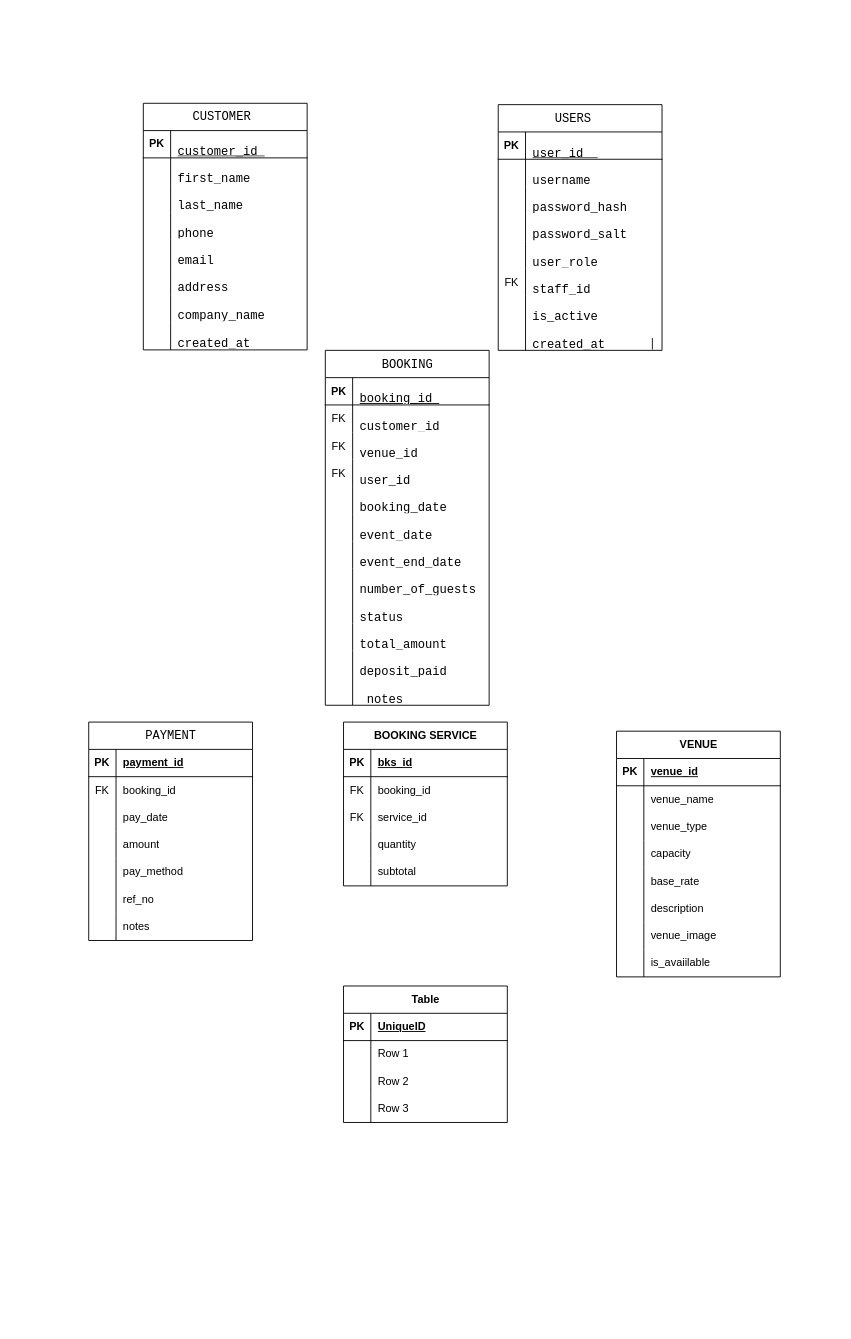
Before: project.drawio in balixsulait-alt/Draw.io, a draw.io diagram. Source tidied: cells renumbered, new cells numbered last; positions are measured from the earlier drawing's top-left corner, leaving out a move shared by most shapes. Both pictures are drawn from the tidied source at 91%, with x=0, y=0 at pixel (88, 103).
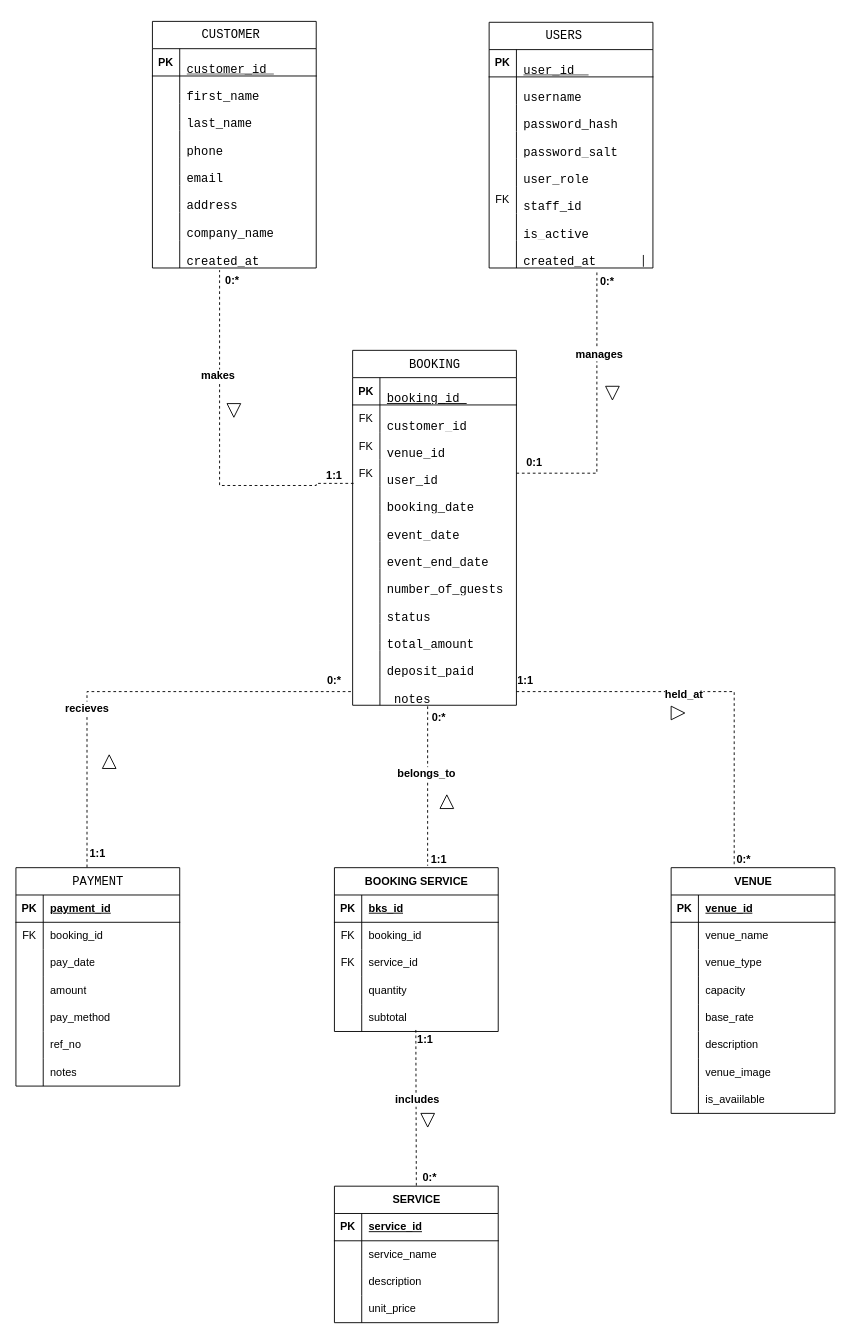
Above is the later version.

The change refers to these unchanged cells:
```xml
<mxCell id="24" style="shape=tableRow;horizontal=0;startSize=0;swimlaneHead=0;swimlaneBody=0;fillColor=none;points=[[0,0.5],[1,0.5]];portConstraint=eastwest;top=0;left=0;right=0;bottom=0;" parent="2" vertex="1">
  <mxGeometry y="241" width="180" height="30" as="geometry" />
</mxCell>
<mxCell id="49" style="shape=tableRow;horizontal=0;startSize=0;swimlaneHead=0;swimlaneBody=0;fillColor=none;points=[[0,0.5],[1,0.5]];portConstraint=eastwest;top=0;left=0;right=0;bottom=0;" parent="27" vertex="1">
  <mxGeometry y="240" width="180" height="30" as="geometry" />
</mxCell>
<mxCell id="62" style="shape=tableRow;horizontal=0;startSize=0;swimlaneHead=0;swimlaneBody=0;fillColor=none;points=[[0,0.5],[1,0.5]];portConstraint=eastwest;top=0;left=0;right=0;bottom=0;" parent="52" vertex="1">
  <mxGeometry y="120" width="180" height="30" as="geometry" />
</mxCell>
<mxCell id="86" style="shape=tableRow;horizontal=0;startSize=0;swimlaneHead=0;swimlaneBody=0;fillColor=none;points=[[0,0.5],[1,0.5]];portConstraint=eastwest;top=0;left=0;right=0;bottom=0;" parent="52" vertex="1">
  <mxGeometry y="360" width="180" height="30" as="geometry" />
</mxCell>
<mxCell id="124" style="shape=tableRow;horizontal=0;startSize=0;swimlaneHead=0;swimlaneBody=0;fillColor=none;points=[[0,0.5],[1,0.5]];portConstraint=eastwest;top=0;left=0;right=0;bottom=0;" parent="111" vertex="1">
  <mxGeometry y="150" width="180" height="30" as="geometry" />
</mxCell>
<mxCell id="153" style="shape=tableRow;horizontal=0;startSize=0;swimlaneHead=0;swimlaneBody=0;fillColor=none;top=0;left=0;right=0;bottom=1;" parent="152" vertex="1">
  <mxGeometry y="30" width="180" height="30" as="geometry" />
</mxCell>
<mxCell id="156" style="shape=tableRow;horizontal=0;startSize=0;swimlaneHead=0;swimlaneBody=0;fillColor=none;top=0;left=0;right=0;bottom=0;" parent="152" vertex="1">
  <mxGeometry y="60" width="180" height="30" as="geometry" />
</mxCell>
<mxCell id="159" style="shape=tableRow;horizontal=0;startSize=0;swimlaneHead=0;swimlaneBody=0;fillColor=none;top=0;left=0;right=0;bottom=0;" parent="152" vertex="1">
  <mxGeometry y="90" width="180" height="30" as="geometry" />
</mxCell>
<mxCell id="162" style="shape=tableRow;horizontal=0;startSize=0;swimlaneHead=0;swimlaneBody=0;fillColor=none;top=0;left=0;right=0;bottom=0;" parent="152" vertex="1">
  <mxGeometry y="120" width="180" height="30" as="geometry" />
</mxCell>
```

The edit, as a diff of the source:
```diff
@@
     <mxCell id="2" value="&lt;pre class=&quot;western&quot; style=&quot;direction: ltr; color: rgb(0, 0, 0); text-align: left; background: transparent; font-family: &amp;quot;Liberation Mono&amp;quot;, serif; font-size: 10pt; font-weight: 400;&quot;&gt; CUSTOMER  &lt;/pre&gt;" style="shape=table;startSize=30;childLayout=tableLayout;rowLines=0;fontStyle=1;align=center;html=1;" parent="1" vertex="1">
-      <mxGeometry x="60" width="180" height="271" as="geometry" />
+      <mxGeometry x="70" y="-90" width="180" height="271" as="geometry" />
     </mxCell>
@@
     <mxCell id="27" value="&lt;pre class=&quot;western&quot; style=&quot;direction: ltr; color: rgb(0, 0, 0); text-align: left; background: transparent; font-family: &amp;quot;Liberation Mono&amp;quot;, serif; font-size: 10pt; font-weight: 400;&quot;&gt;USERS  &lt;/pre&gt;" style="shape=table;startSize=30;childLayout=tableLayout;rowLines=0;fontStyle=1;align=center;html=1;" parent="1" vertex="1">
-      <mxGeometry x="450" y="1.5" width="180" height="270" as="geometry" />
+      <mxGeometry x="440" y="-89" width="180" height="270" as="geometry" />
     </mxCell>
@@
     <mxCell id="52" value="&lt;pre class=&quot;western&quot; style=&quot;direction: ltr; color: rgb(0, 0, 0); text-align: left; background: transparent; font-family: &amp;quot;Liberation Mono&amp;quot;, serif; font-size: 10pt; font-weight: 400;&quot;&gt;BOOKING&lt;/pre&gt;" style="shape=table;startSize=30;childLayout=tableLayout;rowLines=0;fontStyle=1;align=center;html=1;" parent="1" vertex="1">
-      <mxGeometry x="260" y="271.5" width="180" height="390" as="geometry" />
+      <mxGeometry x="290" y="271.5" width="180" height="390" as="geometry" />
     </mxCell>
@@
     <mxCell id="89" value="&lt;pre class=&quot;western&quot; style=&quot;direction: ltr; color: rgb(0, 0, 0); text-align: left; background: transparent; font-family: &amp;quot;Liberation Mono&amp;quot;, serif; font-size: 10pt; font-weight: 400;&quot;&gt;PAYMENT&lt;/pre&gt;" style="shape=table;startSize=30;childLayout=tableLayout;rowLines=0;fontStyle=1;align=center;html=1;" parent="1" vertex="1">
-      <mxGeometry y="680" width="180" height="240" as="geometry" />
+      <mxGeometry x="-80" y="840" width="180" height="240" as="geometry" />
     </mxCell>
@@
     <mxCell id="111" value="BOOKING SERVICE" style="shape=table;startSize=30;childLayout=tableLayout;rowLines=0;fontStyle=1;align=center;html=1;" parent="1" vertex="1">
-      <mxGeometry x="280" y="680" width="180" height="180" as="geometry" />
+      <mxGeometry x="270" y="840" width="180" height="180" as="geometry" />
     </mxCell>
@@
     <mxCell id="127" value="VENUE" style="shape=table;startSize=30;childLayout=tableLayout;rowLines=0;fontStyle=1;align=center;html=1;" parent="1" vertex="1">
-      <mxGeometry x="580" y="690" width="180" height="270" as="geometry" />
+      <mxGeometry x="640" y="840" width="180" height="270" as="geometry" />
     </mxCell>
@@
-    <mxCell id="152" value="Table" style="shape=table;startSize=30;childLayout=tableLayout;rowLines=0;fontStyle=1;align=center;html=1;" parent="1" vertex="1">
-      <mxGeometry x="280" y="970" width="180" height="150" as="geometry" />
+    <mxCell id="152" value="SERVICE" style="shape=table;startSize=30;childLayout=tableLayout;rowLines=0;fontStyle=1;align=center;html=1;" parent="1" vertex="1">
+      <mxGeometry x="270" y="1190" width="180" height="150" as="geometry" />
     </mxCell>
@@
-    <mxCell id="155" value="UniqueID" style="shape=partialRectangle;fillColor=none;top=0;left=0;bottom=0;right=0;align=left;spacingLeft=6;fontStyle=5;overflow=hidden;whiteSpace=wrap;html=1;" parent="153" vertex="1">
+    <mxCell id="155" value="service_id" style="shape=partialRectangle;fillColor=none;top=0;left=0;bottom=0;right=0;align=left;spacingLeft=6;fontStyle=5;overflow=hidden;whiteSpace=wrap;html=1;" parent="153" vertex="1">
       <mxGeometry x="30" width="150" height="30" as="geometry" />
     </mxCell>
@@
-    <mxCell id="158" value="Row 1" style="shape=partialRectangle;fillColor=none;top=0;left=0;bottom=0;right=0;align=left;spacingLeft=6;overflow=hidden;whiteSpace=wrap;html=1;" parent="156" vertex="1">
+    <mxCell id="158" value="service_name" style="shape=partialRectangle;fillColor=none;top=0;left=0;bottom=0;right=0;align=left;spacingLeft=6;overflow=hidden;whiteSpace=wrap;html=1;" parent="156" vertex="1">
       <mxGeometry x="30" width="150" height="30" as="geometry" />
     </mxCell>
@@
-    <mxCell id="161" value="Row 2" style="shape=partialRectangle;fillColor=none;top=0;left=0;bottom=0;right=0;align=left;spacingLeft=6;overflow=hidden;whiteSpace=wrap;html=1;" parent="159" vertex="1">
+    <mxCell id="161" value="description" style="shape=partialRectangle;fillColor=none;top=0;left=0;bottom=0;right=0;align=left;spacingLeft=6;overflow=hidden;whiteSpace=wrap;html=1;" parent="159" vertex="1">
       <mxGeometry x="30" width="150" height="30" as="geometry" />
     </mxCell>
@@
-    <mxCell id="164" value="Row 3" style="shape=partialRectangle;fillColor=none;top=0;left=0;bottom=0;right=0;align=left;spacingLeft=6;overflow=hidden;whiteSpace=wrap;html=1;" parent="162" vertex="1">
+    <mxCell id="164" value="unit_price" style="shape=partialRectangle;fillColor=none;top=0;left=0;bottom=0;right=0;align=left;spacingLeft=6;overflow=hidden;whiteSpace=wrap;html=1;" parent="162" vertex="1">
       <mxGeometry x="30" width="150" height="30" as="geometry" />
     </mxCell>
+    <mxCell id="165" style="endArrow=none;html=1;rounded=0;dashed=1;fontFamily=Helvetica;fontSize=12;fontColor=default;fontStyle=1;entryX=0.41;entryY=1.079;entryDx=0;entryDy=0;entryPerimeter=0;exitX=0.006;exitY=0.873;exitDx=0;exitDy=0;exitPerimeter=0;edgeStyle=orthogonalEdgeStyle;" parent="1" edge="1" source="62" target="24">
+      <mxGeometry relative="1" as="geometry">
+        <Array as="points">
+          <mxPoint x="250" y="417.7" />
+          <mxPoint x="250" y="420" />
+          <mxPoint x="143.8" y="420" />
+        </Array>
+      </mxGeometry>
+    </mxCell>
+    <mxCell id="166" value="makes" style="edgeLabel;html=1;align=center;verticalAlign=middle;fontFamily=Helvetica;fontSize=12;fontColor=default;fontStyle=1;" parent="165" vertex="1">
+      <mxGeometry x="0.4" y="2" relative="1" as="geometry" />
+    </mxCell>
+    <mxCell id="167" style="endArrow=none;html=1;rounded=0;dashed=1;fontFamily=Helvetica;fontSize=12;fontColor=default;fontStyle=1;entryX=0.658;entryY=1.09;entryDx=0;entryDy=0;entryPerimeter=0;exitX=1;exitY=0.5;exitDx=0;exitDy=0;edgeStyle=orthogonalEdgeStyle;libavoidRouting=1;" parent="1" edge="1" source="62" target="49">
+      <mxGeometry relative="1" as="geometry">
+        <Array as="points">
+          <mxPoint x="558" y="407" />
+        </Array>
+      </mxGeometry>
+    </mxCell>
+    <mxCell id="168" value="manages" style="edgeLabel;html=1;align=center;verticalAlign=middle;fontFamily=Helvetica;fontSize=12;fontColor=default;fontStyle=1;" parent="167" vertex="1">
+      <mxGeometry x="0.41" y="-2" relative="1" as="geometry" />
+    </mxCell>
+    <mxCell id="169" value="0:*" style="text;html=1;whiteSpace=wrap;strokeColor=none;fillColor=none;align=center;verticalAlign=middle;rounded=0;fontFamily=Helvetica;fontSize=12;fontColor=default;fontStyle=1;" parent="1" vertex="1">
+      <mxGeometry x="540" y="181" width="60" height="30" as="geometry" />
+    </mxCell>
+    <mxCell id="170" value="0:1" style="text;html=1;whiteSpace=wrap;strokeColor=none;fillColor=none;align=center;verticalAlign=middle;rounded=0;fontFamily=Helvetica;fontSize=12;fontColor=default;fontStyle=1;" parent="1" vertex="1">
+      <mxGeometry x="460" y="380" width="60" height="30" as="geometry" />
+    </mxCell>
+    <mxCell id="171" value="0:*" style="text;html=1;whiteSpace=wrap;strokeColor=none;fillColor=none;align=center;verticalAlign=middle;rounded=0;fontFamily=Helvetica;fontSize=12;fontColor=default;fontStyle=1;" parent="1" vertex="1">
+      <mxGeometry x="128" y="180" width="60" height="30" as="geometry" />
+    </mxCell>
+    <mxCell id="172" value="1:1" style="text;html=1;whiteSpace=wrap;strokeColor=none;fillColor=none;align=center;verticalAlign=middle;rounded=0;fontFamily=Helvetica;fontSize=12;fontColor=default;fontStyle=1;" parent="1" vertex="1">
+      <mxGeometry x="240" y="394" width="60" height="30" as="geometry" />
+    </mxCell>
+    <mxCell id="173" style="endArrow=none;html=1;rounded=0;dashed=1;fontFamily=Helvetica;fontSize=12;fontColor=default;fontStyle=1;exitX=1;exitY=0.5;exitDx=0;exitDy=0;entryX=0.385;entryY=-0.006;entryDx=0;entryDy=0;entryPerimeter=0;edgeStyle=orthogonalEdgeStyle;libavoidRouting=1;" parent="1" edge="1" source="86" target="127">
+      <mxGeometry relative="1" as="geometry">
+        <Array as="points">
+          <mxPoint x="709" y="647" />
+        </Array>
+      </mxGeometry>
+    </mxCell>
+    <mxCell id="174" value="held_at" style="edgeLabel;html=1;align=center;verticalAlign=middle;fontFamily=Helvetica;fontSize=12;fontColor=default;fontStyle=1;" parent="173" vertex="1">
+      <mxGeometry x="-0.15" y="-3" relative="1" as="geometry" />
+    </mxCell>
+    <mxCell id="175" value="0:*" style="text;html=1;whiteSpace=wrap;strokeColor=none;fillColor=none;align=center;verticalAlign=middle;rounded=0;fontFamily=Helvetica;fontSize=12;fontColor=default;fontStyle=1;" parent="1" vertex="1">
+      <mxGeometry x="690" y="816" width="60" height="30" as="geometry" />
+    </mxCell>
+    <mxCell id="176" value="1:1" style="text;html=1;whiteSpace=wrap;strokeColor=none;fillColor=none;align=center;verticalAlign=middle;rounded=0;fontFamily=Helvetica;fontSize=12;fontColor=default;fontStyle=1;" parent="1" vertex="1">
+      <mxGeometry x="450" y="620" width="60" height="30" as="geometry" />
+    </mxCell>
+    <mxCell id="177" style="endArrow=none;html=1;rounded=0;dashed=1;fontFamily=Helvetica;fontSize=12;fontColor=default;fontStyle=1;exitX=0.497;exitY=0.945;exitDx=0;exitDy=0;exitPerimeter=0;entryX=0.5;entryY=0;entryDx=0;entryDy=0;" parent="1" edge="1" source="124" target="152">
+      <mxGeometry relative="1" as="geometry" />
+    </mxCell>
+    <mxCell id="178" value="includes" style="edgeLabel;html=1;align=center;verticalAlign=middle;fontFamily=Helvetica;fontSize=12;fontColor=default;fontStyle=1;" parent="177" vertex="1">
+      <mxGeometry x="-0.11" y="1" relative="1" as="geometry" />
+    </mxCell>
+    <mxCell id="179" value="1:1" style="text;html=1;whiteSpace=wrap;strokeColor=none;fillColor=none;align=center;verticalAlign=middle;rounded=0;fontFamily=Helvetica;fontSize=12;fontColor=default;fontStyle=1;" parent="1" vertex="1">
+      <mxGeometry x="340" y="1014" width="60" height="30" as="geometry" />
+    </mxCell>
+    <mxCell id="180" value="0:*" style="text;html=1;whiteSpace=wrap;strokeColor=none;fillColor=none;align=center;verticalAlign=middle;rounded=0;fontFamily=Helvetica;fontSize=12;fontColor=default;fontStyle=1;" parent="1" vertex="1">
+      <mxGeometry x="345" y="1166" width="60" height="30" as="geometry" />
+    </mxCell>
+    <mxCell id="181" style="endArrow=none;html=1;rounded=0;dashed=1;fontFamily=Helvetica;fontSize=12;fontColor=default;fontStyle=1;exitX=0.458;exitY=1.039;exitDx=0;exitDy=0;exitPerimeter=0;entryX=0.569;entryY=-0.012;entryDx=0;entryDy=0;entryPerimeter=0;" parent="1" edge="1" source="86" target="111">
+      <mxGeometry relative="1" as="geometry" />
+    </mxCell>
+    <mxCell id="182" value="belongs_to" style="edgeLabel;html=1;align=center;verticalAlign=middle;fontFamily=Helvetica;fontSize=12;fontColor=default;fontStyle=1;" parent="181" vertex="1">
+      <mxGeometry x="-0.16" y="-2" relative="1" as="geometry" />
+    </mxCell>
+    <mxCell id="183" value="0:*" style="text;html=1;whiteSpace=wrap;strokeColor=none;fillColor=none;align=center;verticalAlign=middle;rounded=0;fontFamily=Helvetica;fontSize=12;fontColor=default;fontStyle=1;" parent="1" vertex="1">
+      <mxGeometry x="355" y="660" width="60" height="30" as="geometry" />
+    </mxCell>
+    <mxCell id="184" value="1:1" style="text;html=1;whiteSpace=wrap;strokeColor=none;fillColor=none;align=center;verticalAlign=middle;rounded=0;fontFamily=Helvetica;fontSize=12;fontColor=default;fontStyle=1;" parent="1" vertex="1">
+      <mxGeometry x="355" y="816" width="60" height="30" as="geometry" />
+    </mxCell>
+    <mxCell id="185" style="endArrow=none;html=1;rounded=0;dashed=1;fontFamily=Helvetica;fontSize=12;fontColor=default;fontStyle=1;exitX=0.434;exitY=-0.002;exitDx=0;exitDy=0;exitPerimeter=0;entryX=0;entryY=0.5;entryDx=0;entryDy=0;edgeStyle=orthogonalEdgeStyle;libavoidRouting=1;" parent="1" edge="1" source="89" target="86">
+      <mxGeometry relative="1" as="geometry">
+        <Array as="points">
+          <mxPoint x="-2" y="647" />
+        </Array>
+      </mxGeometry>
+    </mxCell>
+    <mxCell id="186" value="recieves" style="edgeLabel;html=1;align=center;verticalAlign=middle;fontFamily=Helvetica;fontSize=12;fontColor=default;fontStyle=1;" parent="185" vertex="1">
+      <mxGeometry x="-0.28" y="1" relative="1" as="geometry" />
+    </mxCell>
+    <mxCell id="187" value="1:1" style="text;html=1;whiteSpace=wrap;strokeColor=none;fillColor=none;align=center;verticalAlign=middle;rounded=0;fontFamily=Helvetica;fontSize=12;fontColor=default;fontStyle=1;" parent="1" vertex="1">
+      <mxGeometry x="-20" y="810" width="60" height="30" as="geometry" />
+    </mxCell>
+    <mxCell id="188" value="0:*" style="text;html=1;whiteSpace=wrap;strokeColor=none;fillColor=none;align=center;verticalAlign=middle;rounded=0;fontFamily=Helvetica;fontSize=12;fontColor=default;fontStyle=1;" parent="1" vertex="1">
+      <mxGeometry x="240" y="620" width="60" height="30" as="geometry" />
+    </mxCell>
+    <mxCell id="189" style="triangle;whiteSpace=wrap;html=1;shapeInside=1;strokeColor=default;align=center;verticalAlign=middle;fontFamily=Helvetica;fontSize=12;fontColor=default;fontStyle=1;fillColor=default;rotation=90;" parent="1" vertex="1">
+      <mxGeometry x="365" y="1110" width="15" height="15" as="geometry" />
+    </mxCell>
+    <mxCell id="190" style="triangle;whiteSpace=wrap;html=1;shapeInside=1;strokeColor=default;align=center;verticalAlign=middle;fontFamily=Helvetica;fontSize=12;fontColor=default;fontStyle=1;fillColor=default;rotation=0;" parent="1" vertex="1">
+      <mxGeometry x="640" y="662.5" width="15" height="15" as="geometry" />
+    </mxCell>
+    <mxCell id="191" style="triangle;whiteSpace=wrap;html=1;shapeInside=1;strokeColor=default;align=center;verticalAlign=middle;fontFamily=Helvetica;fontSize=12;fontColor=default;fontStyle=1;fillColor=default;rotation=-90;" parent="1" vertex="1">
+      <mxGeometry x="15" y="716" width="15" height="15" as="geometry" />
+    </mxCell>
+    <mxCell id="192" style="triangle;whiteSpace=wrap;html=1;shapeInside=1;strokeColor=default;align=center;verticalAlign=middle;fontFamily=Helvetica;fontSize=12;fontColor=default;fontStyle=1;fillColor=default;rotation=-90;" parent="1" vertex="1">
+      <mxGeometry x="386" y="760" width="15" height="15" as="geometry" />
+    </mxCell>
+    <mxCell id="193" style="triangle;whiteSpace=wrap;html=1;shapeInside=1;strokeColor=default;align=center;verticalAlign=middle;fontFamily=Helvetica;fontSize=12;fontColor=default;fontStyle=1;fillColor=default;rotation=90;" parent="1" vertex="1">
+      <mxGeometry x="152" y="330" width="15" height="15" as="geometry" />
+    </mxCell>
+    <mxCell id="194" style="triangle;whiteSpace=wrap;html=1;shapeInside=1;strokeColor=default;align=center;verticalAlign=middle;fontFamily=Helvetica;fontSize=12;fontColor=default;fontStyle=1;fillColor=default;rotation=90;" parent="1" vertex="1">
+      <mxGeometry x="568" y="311" width="15" height="15" as="geometry" />
+    </mxCell>
```
